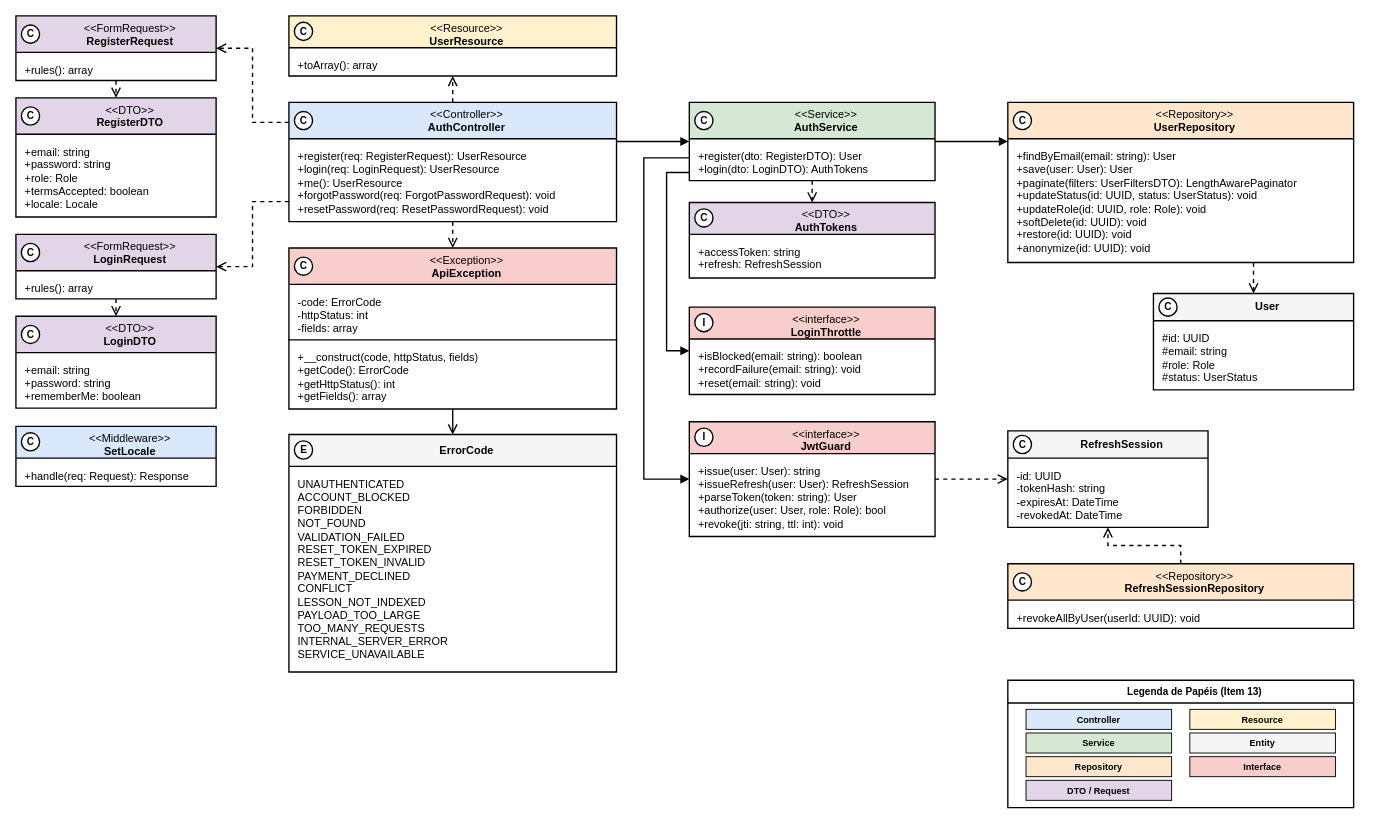
Plataforma-de-Cursos-TCC/plataforma-cursos-docs keeps this draw.io diagram as especificacao/diagramas/13-classes-area-a-implementacao-login.drawio. Above is the earlier version. Source tidied: cells renumbered, new cells numbered last; positions are measured from the earlier drawing's top-left corner, leaving out a move shared by most shapes. Both pictures are drawn from the tidied source at 91%, with x=0, y=0 at pixel (15, 15).
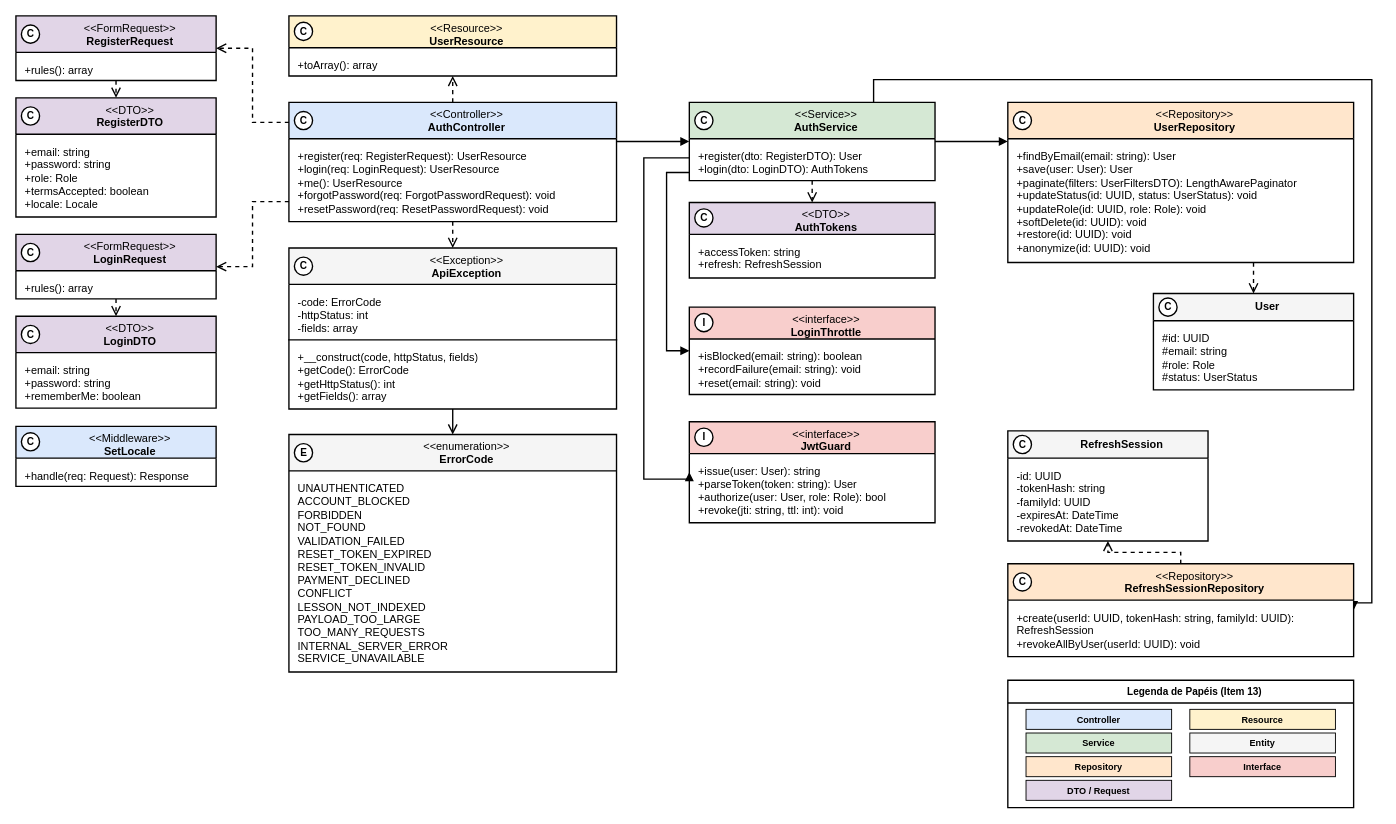
The same diagram, later.

Commit message (it also covers changes not shown here):
fix(classes-area-a): align login class diagram with refresh session flow

Unchanged cells that the change refers to:
```xml
<mxCell id="21" value="&amp;lt;&amp;lt;Service&amp;gt;&amp;gt;&lt;br&gt;&lt;b&gt;AuthService&lt;/b&gt;" style="swimlane;html=1;fontStyle=0;align=center;verticalAlign=top;startSize=40;fillColor=#D5E8D4;swimlaneFillColor=#FFFFFF;strokeColor=#000000;strokeWidth=1.5;fontFamily=Helvetica;fontSize=12;fontColor=#000000;rounded=0;spacingLeft=30;" parent="1" vertex="1">
  <mxGeometry x="740" y="95" width="270" height="86" as="geometry" />
</mxCell>
```

Change to the diagram source:
```diff
@@
-    <mxCell id="16" value="&amp;lt;&amp;lt;Exception&amp;gt;&amp;gt;&lt;br&gt;&lt;b&gt;ApiException&lt;/b&gt;" style="swimlane;html=1;fontStyle=0;align=center;verticalAlign=top;startSize=40;fillColor=#F8CECC;swimlaneFillColor=#FFFFFF;strokeColor=#000000;strokeWidth=1.5;fontFamily=Helvetica;fontSize=12;fontColor=#000000;rounded=0;spacingLeft=30;" parent="1" vertex="1">
+    <mxCell id="16" value="&amp;lt;&amp;lt;Exception&amp;gt;&amp;gt;&lt;br&gt;&lt;b&gt;ApiException&lt;/b&gt;" style="swimlane;html=1;fontStyle=0;align=center;verticalAlign=top;startSize=40;fillColor=#F5F5F5;swimlaneFillColor=#FFFFFF;strokeColor=#000000;strokeWidth=1.5;fontFamily=Helvetica;fontSize=12;fontColor=#000000;rounded=0;spacingLeft=30;" parent="1" vertex="1">
       <mxGeometry x="300" y="255" width="360" height="177" as="geometry" />
     </mxCell>
@@
-    <mxCell id="19" value="&lt;b&gt;ErrorCode&lt;/b&gt;" style="swimlane;html=1;fontStyle=0;align=center;verticalAlign=middle;startSize=35;fillColor=#F5F5F5;swimlaneFillColor=#FFFFFF;strokeColor=#000000;strokeWidth=1.5;fontFamily=Helvetica;fontSize=12;fontColor=#000000;rounded=0;spacingLeft=30;" parent="1" vertex="1">
+    <mxCell id="19" value="&amp;lt;&amp;lt;enumeration&amp;gt;&amp;gt;&lt;br&gt;&lt;b&gt;ErrorCode&lt;/b&gt;" style="swimlane;html=1;fontStyle=0;align=center;verticalAlign=top;startSize=40;fillColor=#F5F5F5;swimlaneFillColor=#FFFFFF;strokeColor=#000000;strokeWidth=1.5;fontFamily=Helvetica;fontSize=12;fontColor=#000000;rounded=0;spacingLeft=30;" parent="1" vertex="1">
       <mxGeometry x="300" y="460" width="360" height="261" as="geometry" />
     </mxCell>
     <mxCell id="20" value="UNAUTHENTICATED&lt;br&gt;ACCOUNT_BLOCKED&lt;br&gt;FORBIDDEN&lt;br&gt;NOT_FOUND&lt;br&gt;VALIDATION_FAILED&lt;br&gt;RESET_TOKEN_EXPIRED&lt;br&gt;RESET_TOKEN_INVALID&lt;br&gt;PAYMENT_DECLINED&lt;br&gt;CONFLICT&lt;br&gt;LESSON_NOT_INDEXED&lt;br&gt;PAYLOAD_TOO_LARGE&lt;br&gt;TOO_MANY_REQUESTS&lt;br&gt;INTERNAL_SERVER_ERROR&lt;br&gt;SERVICE_UNAVAILABLE" style="text;html=1;align=left;verticalAlign=top;spacingLeft=8;spacingRight=8;spacingTop=6;fontSize=12;fontFamily=Helvetica;fontColor=#000000;strokeColor=none;fillColor=none;whiteSpace=wrap;" parent="19" vertex="1">
-      <mxGeometry y="35" width="360" height="226" as="geometry" />
+      <mxGeometry y="40" width="360" height="221" as="geometry" />
     </mxCell>
@@
     <mxCell id="27" value="&amp;lt;&amp;lt;interface&amp;gt;&amp;gt;&lt;br&gt;&lt;b&gt;JwtGuard&lt;/b&gt;" style="swimlane;html=1;fontStyle=0;align=center;verticalAlign=top;startSize=35;fillColor=#F8CECC;swimlaneFillColor=#FFFFFF;strokeColor=#000000;strokeWidth=1.5;fontFamily=Helvetica;fontSize=12;fontColor=#000000;rounded=0;spacingLeft=30;" parent="1" vertex="1">
-      <mxGeometry x="740" y="446" width="270" height="126" as="geometry" />
+      <mxGeometry x="740" y="446" width="270" height="111" as="geometry" />
     </mxCell>
-    <mxCell id="28" value="+issue(user: User): string&lt;br&gt;+issueRefresh(user: User): RefreshSession&lt;br&gt;+parseToken(token: string): User&lt;br&gt;+authorize(user: User, role: Role): bool&lt;br&gt;+revoke(jti: string, ttl: int): void" style="text;html=1;align=left;verticalAlign=top;spacingLeft=8;spacingRight=8;spacingTop=6;fontSize=12;fontFamily=Helvetica;fontColor=#000000;strokeColor=none;fillColor=none;whiteSpace=wrap;" parent="27" vertex="1">
-      <mxGeometry y="35" width="270" height="91" as="geometry" />
+    <mxCell id="28" value="+issue(user: User): string&lt;br&gt;+parseToken(token: string): User&lt;br&gt;+authorize(user: User, role: Role): bool&lt;br&gt;+revoke(jti: string, ttl: int): void" style="text;html=1;align=left;verticalAlign=top;spacingLeft=8;spacingRight=8;spacingTop=6;fontSize=12;fontFamily=Helvetica;fontColor=#000000;strokeColor=none;fillColor=none;whiteSpace=wrap;" parent="27" vertex="1">
+      <mxGeometry y="35" width="270" height="76" as="geometry" />
     </mxCell>
@@
     <mxCell id="33" value="&lt;b&gt;RefreshSession&lt;/b&gt;" style="swimlane;html=1;fontStyle=0;align=center;verticalAlign=middle;startSize=30;fillColor=#F5F5F5;swimlaneFillColor=#FFFFFF;strokeColor=#000000;strokeWidth=1.5;fontFamily=Helvetica;fontSize=12;fontColor=#000000;rounded=0;spacingLeft=30;" parent="1" vertex="1">
-      <mxGeometry x="1090" y="456" width="220" height="106" as="geometry" />
+      <mxGeometry x="1090" y="456" width="220" height="121" as="geometry" />
     </mxCell>
-    <mxCell id="34" value="-id: UUID&lt;br&gt;-tokenHash: string&lt;br&gt;-expiresAt: DateTime&lt;br&gt;-revokedAt: DateTime" style="text;html=1;align=left;verticalAlign=top;spacingLeft=8;spacingRight=8;spacingTop=6;fontSize=12;fontFamily=Helvetica;fontColor=#000000;strokeColor=none;fillColor=none;whiteSpace=wrap;" parent="33" vertex="1">
-      <mxGeometry y="30" width="220" height="76" as="geometry" />
+    <mxCell id="34" value="-id: UUID&lt;br&gt;-tokenHash: string&lt;br&gt;-familyId: UUID&lt;br&gt;-expiresAt: DateTime&lt;br&gt;-revokedAt: DateTime" style="text;html=1;align=left;verticalAlign=top;spacingLeft=8;spacingRight=8;spacingTop=6;fontSize=12;fontFamily=Helvetica;fontColor=#000000;strokeColor=none;fillColor=none;whiteSpace=wrap;" parent="33" vertex="1">
+      <mxGeometry y="30" width="220" height="91" as="geometry" />
     </mxCell>
@@
-    <mxCell id="53" style="edgeStyle=orthogonalEdgeStyle;rounded=0;html=1;dashed=1;strokeColor=#000000;strokeWidth=1.5;endArrow=open;endSize=8;exitX=1;exitY=0.5;entryX=0;entryY=0.5;" parent="1" edge="1" source="27" target="33">
-      <mxGeometry relative="1" as="geometry" />
-    </mxCell>
+    <mxCell id="77" style="edgeStyle=orthogonalEdgeStyle;rounded=0;html=1;strokeColor=#000000;strokeWidth=1.5;endArrow=block;endFill=1;endSize=6;exitX=0.75;exitY=0;entryX=1;entryY=0.5;" parent="1" edge="1" source="21" target="57">
+      <mxGeometry relative="1" as="geometry">
+        <Array as="points">
+          <mxPoint x="943" y="70" />
+          <mxPoint x="1490" y="70" />
+          <mxPoint x="1490" y="645" />
+        </Array>
+      </mxGeometry>
+    </mxCell>
@@
     <mxCell id="57" value="&amp;lt;&amp;lt;Repository&amp;gt;&amp;gt;&lt;br&gt;&lt;b&gt;RefreshSessionRepository&lt;/b&gt;" style="swimlane;html=1;fontStyle=0;align=center;verticalAlign=top;startSize=40;fillColor=#FFE6CC;swimlaneFillColor=#FFFFFF;strokeColor=#000000;strokeWidth=1.5;fontFamily=Helvetica;fontSize=12;fontColor=#000000;rounded=0;spacingLeft=30;" parent="1" vertex="1">
-      <mxGeometry x="1090" y="602" width="380" height="71" as="geometry" />
+      <mxGeometry x="1090" y="602" width="380" height="102" as="geometry" />
     </mxCell>
-    <mxCell id="58" value="+revokeAllByUser(userId: UUID): void" style="text;html=1;align=left;verticalAlign=top;spacingLeft=8;spacingRight=8;spacingTop=6;fontSize=12;fontFamily=Helvetica;fontColor=#000000;strokeColor=none;fillColor=none;whiteSpace=wrap;" parent="57" vertex="1">
-      <mxGeometry y="40" width="380" height="31" as="geometry" />
+    <mxCell id="58" value="+create(userId: UUID, tokenHash: string, familyId: UUID): RefreshSession&lt;br&gt;+revokeAllByUser(userId: UUID): void" style="text;html=1;align=left;verticalAlign=top;spacingLeft=8;spacingRight=8;spacingTop=6;fontSize=12;fontFamily=Helvetica;fontColor=#000000;strokeColor=none;fillColor=none;whiteSpace=wrap;" parent="57" vertex="1">
+      <mxGeometry y="40" width="380" height="62" as="geometry" />
     </mxCell>
@@
     <mxCell id="68" value="E" style="ellipse;html=1;fillColor=#FFFFFF;strokeColor=#000000;strokeWidth=1.5;fontFamily=Helvetica;fontSize=11;fontStyle=1;fontColor=#000000;" parent="1" vertex="1">
-      <mxGeometry x="306" y="467" width="20" height="20" as="geometry" />
+      <mxGeometry x="306" y="470" width="20" height="20" as="geometry" />
     </mxCell>
```
